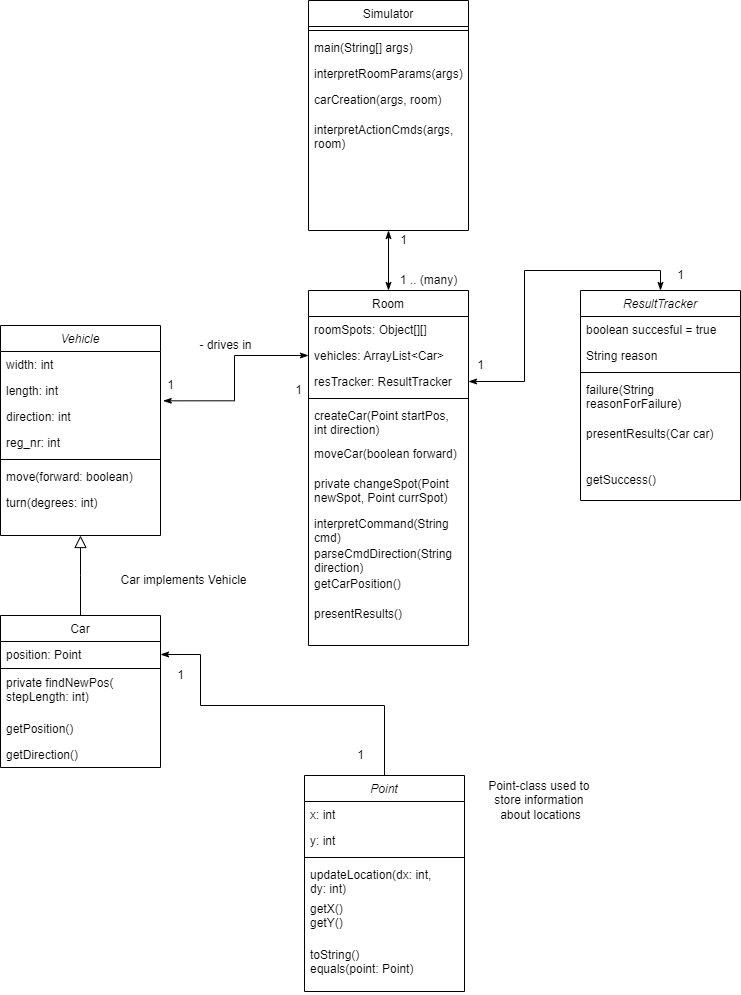
JoohanBengtsson/Car-simulator keeps this draw.io diagram as imgs/Class diagram 2.png. Above is the earlier version. Source tidied: cells renumbered, new cells last; positions are measured from the earlier drawing's top-left corner, leaving out a move shared by most shapes.
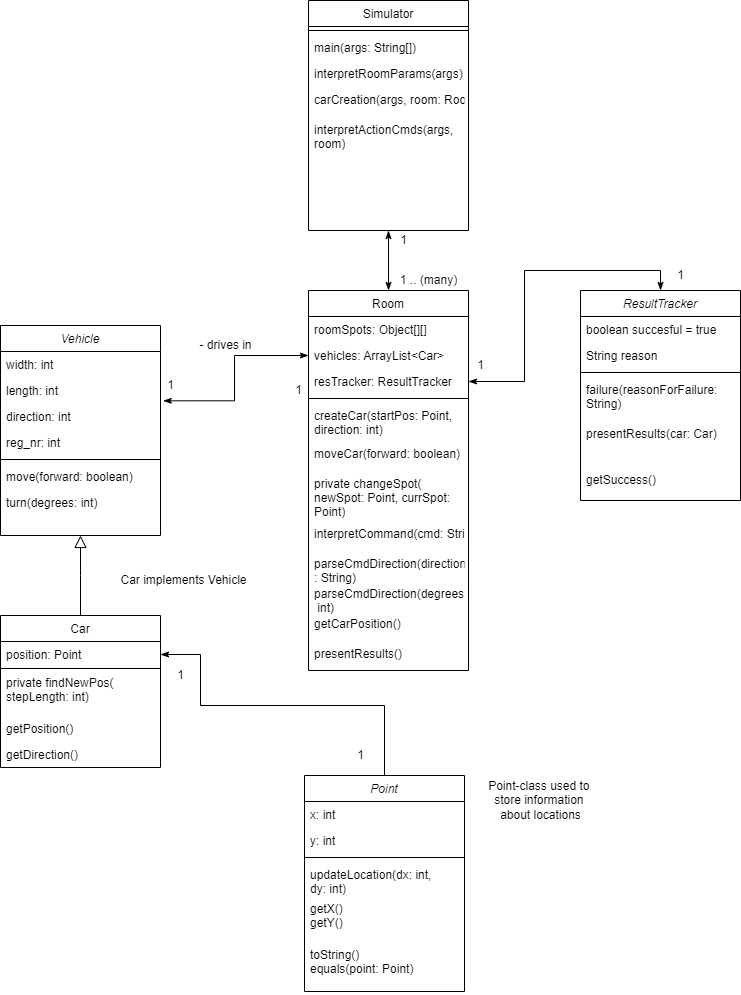
After the commit.

Diff of the diagram source:
```diff
@@ -48,7 +48,7 @@
       <mxGeometry relative="1" as="geometry" />
     </mxCell>
     <mxCell id="17" value="Room" style="swimlane;fontStyle=0;align=center;verticalAlign=top;horizontal=1;startSize=26;rounded=0;shadow=0;strokeWidth=1;" parent="1" vertex="1">
-      <mxGeometry x="308" y="290" width="160" height="355" as="geometry" />
+      <mxGeometry x="308" y="290" width="160" height="380" as="geometry" />
     </mxCell>
     <mxCell id="18" value="roomSpots: Object[][]" style="text;align=left;verticalAlign=top;spacingLeft=4;spacingRight=4;overflow=hidden;rounded=0;shadow=0;html=0;" parent="17" vertex="1">
       <mxGeometry y="26" width="160" height="26" as="geometry" />
@@ -62,26 +62,29 @@
     <mxCell id="21" style="line;html=1;strokeWidth=1;align=left;verticalAlign=middle;spacingTop=-1;spacingLeft=3;spacingRight=3;labelPosition=right;" parent="17" vertex="1">
       <mxGeometry y="104" width="160" height="8" as="geometry" />
     </mxCell>
-    <mxCell id="22" value="createCar(Point startPos, &#10;int direction)" style="text;align=left;verticalAlign=top;spacingLeft=4;spacingRight=4;overflow=hidden;" parent="17" vertex="1">
+    <mxCell id="22" value="createCar(startPos: Point, &#10;direction: int)" style="text;align=left;verticalAlign=top;spacingLeft=4;spacingRight=4;overflow=hidden;" parent="17" vertex="1">
       <mxGeometry y="112" width="160" height="38" as="geometry" />
     </mxCell>
-    <mxCell id="23" value="moveCar(boolean forward)" style="text;align=left;verticalAlign=top;spacingLeft=4;spacingRight=4;overflow=hidden;" parent="17" vertex="1">
+    <mxCell id="23" value="moveCar(forward: boolean)" style="text;align=left;verticalAlign=top;spacingLeft=4;spacingRight=4;overflow=hidden;" parent="17" vertex="1">
       <mxGeometry y="150" width="160" height="30" as="geometry" />
     </mxCell>
-    <mxCell id="24" value="private changeSpot(Point &#10;newSpot, Point currSpot)" style="text;align=left;verticalAlign=top;spacingLeft=4;spacingRight=4;overflow=hidden;" parent="17" vertex="1">
-      <mxGeometry y="180" width="160" height="40" as="geometry" />
+    <mxCell id="24" value="private changeSpot(&#10;newSpot: Point, currSpot: &#10;Point)" style="text;align=left;verticalAlign=top;spacingLeft=4;spacingRight=4;overflow=hidden;" parent="17" vertex="1">
+      <mxGeometry y="180" width="160" height="50" as="geometry" />
     </mxCell>
-    <mxCell id="25" value="interpretCommand(String &#10;cmd)" style="text;align=left;verticalAlign=top;spacingLeft=4;spacingRight=4;overflow=hidden;" parent="17" vertex="1">
-      <mxGeometry y="220" width="160" height="30" as="geometry" />
+    <mxCell id="25" value="interpretCommand(cmd: String)" style="text;align=left;verticalAlign=top;spacingLeft=4;spacingRight=4;overflow=hidden;" parent="17" vertex="1">
+      <mxGeometry y="230" width="160" height="30" as="geometry" />
     </mxCell>
-    <mxCell id="26" value="parseCmdDirection(String &#10;direction)" style="text;align=left;verticalAlign=top;spacingLeft=4;spacingRight=4;overflow=hidden;" parent="17" vertex="1">
-      <mxGeometry y="250" width="160" height="30" as="geometry" />
+    <mxCell id="26" value="parseCmdDirection(direction&#10;: String)" style="text;align=left;verticalAlign=top;spacingLeft=4;spacingRight=4;overflow=hidden;" parent="17" vertex="1">
+      <mxGeometry y="260" width="160" height="30" as="geometry" />
     </mxCell>
+    <mxCell id="64" value="parseCmdDirection(degrees:&#10; int)" style="text;align=left;verticalAlign=top;spacingLeft=4;spacingRight=4;overflow=hidden;" parent="17" vertex="1">
+      <mxGeometry y="290" width="160" height="30" as="geometry" />
+    </mxCell>
     <mxCell id="27" value="getCarPosition()" style="text;align=left;verticalAlign=top;spacingLeft=4;spacingRight=4;overflow=hidden;" parent="17" vertex="1">
-      <mxGeometry y="280" width="160" height="30" as="geometry" />
+      <mxGeometry y="320" width="160" height="30" as="geometry" />
     </mxCell>
     <mxCell id="28" value="presentResults()" style="text;align=left;verticalAlign=top;spacingLeft=4;spacingRight=4;overflow=hidden;" parent="17" vertex="1">
-      <mxGeometry y="310" width="160" height="30" as="geometry" />
+      <mxGeometry y="350" width="160" height="30" as="geometry" />
     </mxCell>
     <mxCell id="29" value="- drives in" style="text;html=1;align=center;verticalAlign=middle;strokeColor=none;fillColor=none;" parent="1" vertex="1">
       <mxGeometry x="190" y="335" width="70" height="20" as="geometry" />
@@ -140,13 +143,13 @@
     <mxCell id="45" style="line;html=1;strokeWidth=1;align=left;verticalAlign=middle;spacingTop=-1;spacingLeft=3;spacingRight=3;labelPosition=right;" parent="44" vertex="1">
       <mxGeometry y="26" width="160" height="8" as="geometry" />
     </mxCell>
-    <mxCell id="46" value="main(String[] args)" style="text;align=left;verticalAlign=top;spacingLeft=4;spacingRight=4;overflow=hidden;" parent="44" vertex="1">
+    <mxCell id="46" value="main(args: String[])" style="text;align=left;verticalAlign=top;spacingLeft=4;spacingRight=4;overflow=hidden;" parent="44" vertex="1">
       <mxGeometry y="34" width="160" height="26" as="geometry" />
     </mxCell>
     <mxCell id="47" value="interpretRoomParams(args)" style="text;align=left;verticalAlign=top;spacingLeft=4;spacingRight=4;overflow=hidden;" parent="44" vertex="1">
       <mxGeometry y="60" width="160" height="26" as="geometry" />
     </mxCell>
-    <mxCell id="48" value="carCreation(args, room)" style="text;align=left;verticalAlign=top;spacingLeft=4;spacingRight=4;overflow=hidden;" parent="44" vertex="1">
+    <mxCell id="48" value="carCreation(args, room: Room)" style="text;align=left;verticalAlign=top;spacingLeft=4;spacingRight=4;overflow=hidden;" parent="44" vertex="1">
       <mxGeometry y="86" width="160" height="30" as="geometry" />
     </mxCell>
     <mxCell id="49" value="interpretActionCmds(args, &#10;room)" style="text;align=left;verticalAlign=top;spacingLeft=4;spacingRight=4;overflow=hidden;" parent="44" vertex="1">
@@ -173,10 +176,10 @@
     <mxCell id="56" style="line;html=1;strokeWidth=1;align=left;verticalAlign=middle;spacingTop=-1;spacingLeft=3;spacingRight=3;labelPosition=right;" parent="53" vertex="1">
       <mxGeometry y="78" width="160" height="8" as="geometry" />
     </mxCell>
-    <mxCell id="57" value="failure(String &#10;reasonForFailure)" style="text;align=left;verticalAlign=top;spacingLeft=4;spacingRight=4;overflow=hidden;" parent="53" vertex="1">
+    <mxCell id="57" value="failure(reasonForFailure: &#10;String)" style="text;align=left;verticalAlign=top;spacingLeft=4;spacingRight=4;overflow=hidden;" parent="53" vertex="1">
       <mxGeometry y="86" width="160" height="44" as="geometry" />
     </mxCell>
-    <mxCell id="58" value="presentResults(Car car)" style="text;align=left;verticalAlign=top;spacingLeft=4;spacingRight=4;overflow=hidden;" parent="53" vertex="1">
+    <mxCell id="58" value="presentResults(car: Car)" style="text;align=left;verticalAlign=top;spacingLeft=4;spacingRight=4;overflow=hidden;" parent="53" vertex="1">
       <mxGeometry y="130" width="160" height="46" as="geometry" />
     </mxCell>
     <mxCell id="59" value="getSuccess()" style="text;align=left;verticalAlign=top;spacingLeft=4;spacingRight=4;overflow=hidden;" parent="53" vertex="1">
```
